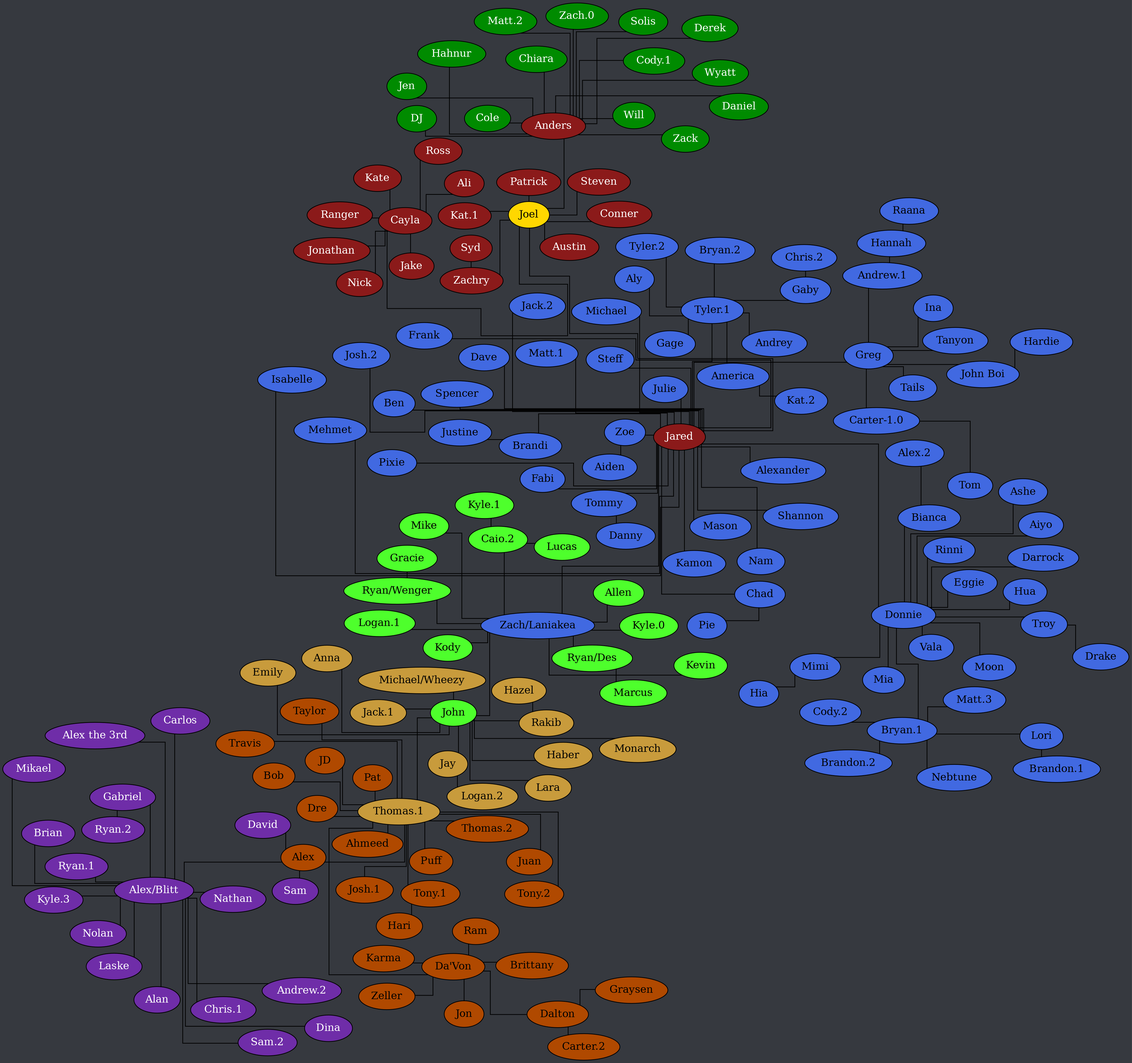
Above: tree.png in Documidas/CoronaCatzFamilyTree (Graphviz), before the change. Its source is kept beside it as tree.dot.
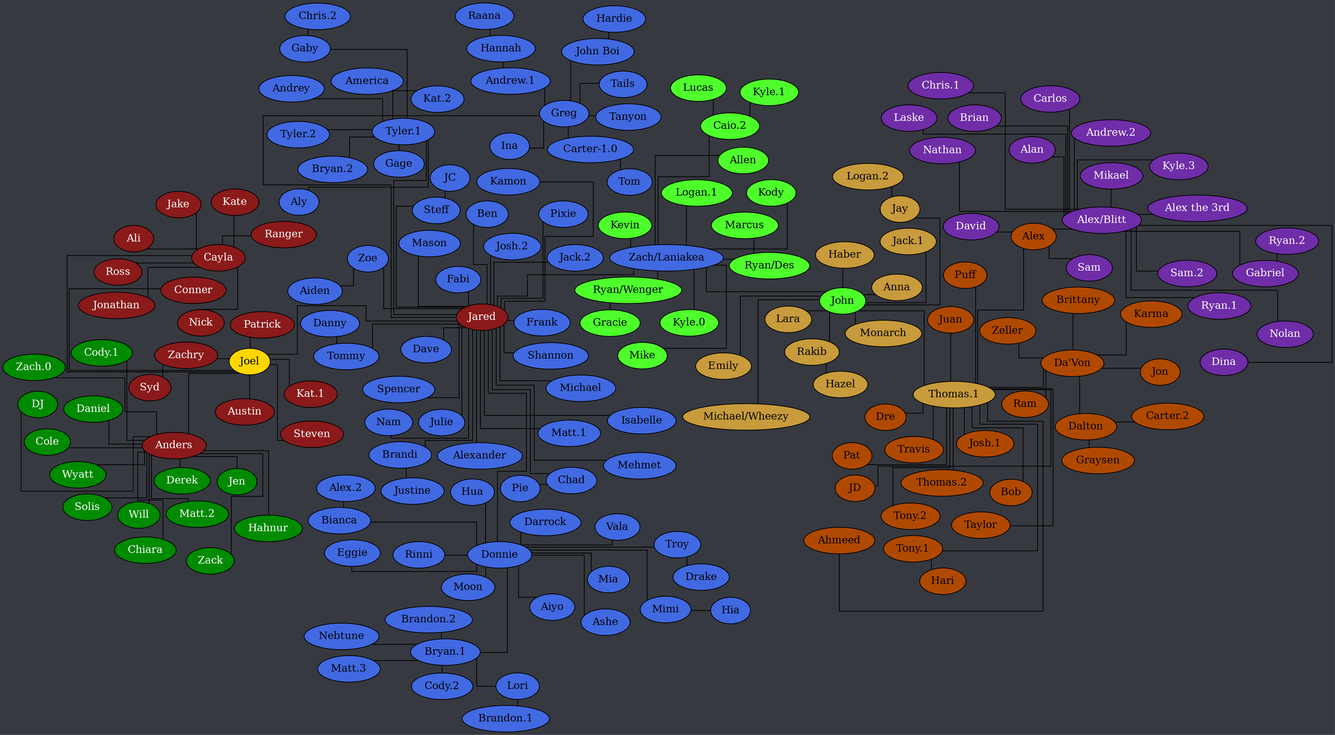
The same file after the commit.

Diff of the diagram source:
```diff
@@ -118,6 +118,7 @@
 		Jared -- Zoe;
 		"John Boi" -- Hardie;
 		Mimi -- Hia;
+		Steff -- JC;
 		Tommy -- Danny;
 		Troy -- Drake;
 		"Tyler.1" -- Aly;
```
